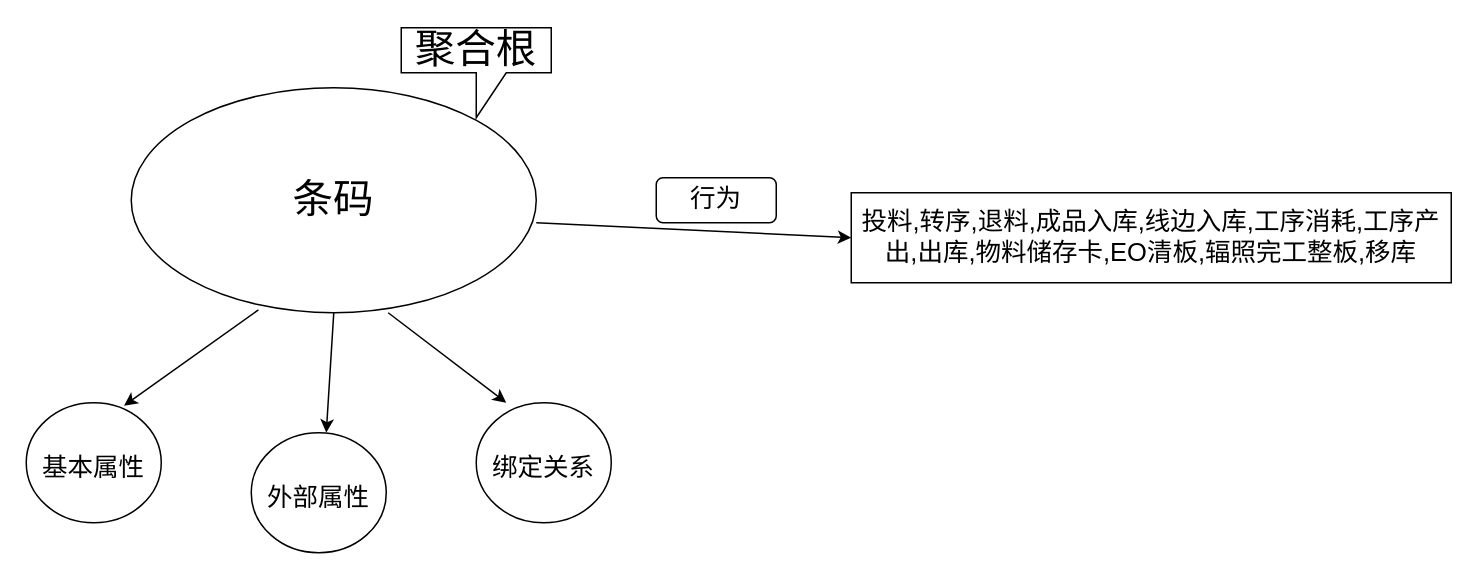
Above: 条码DDD初思路.drawio in fan-ga/flowChart (draw.io), before the change. Source tidied: cells renumbered, new cells numbered last; positions are measured from the earlier drawing's top-left corner, leaving out a move shared by most shapes. Both pictures are drawn from the tidied source at 150%, with x=0, y=0 at pixel (26, 27).
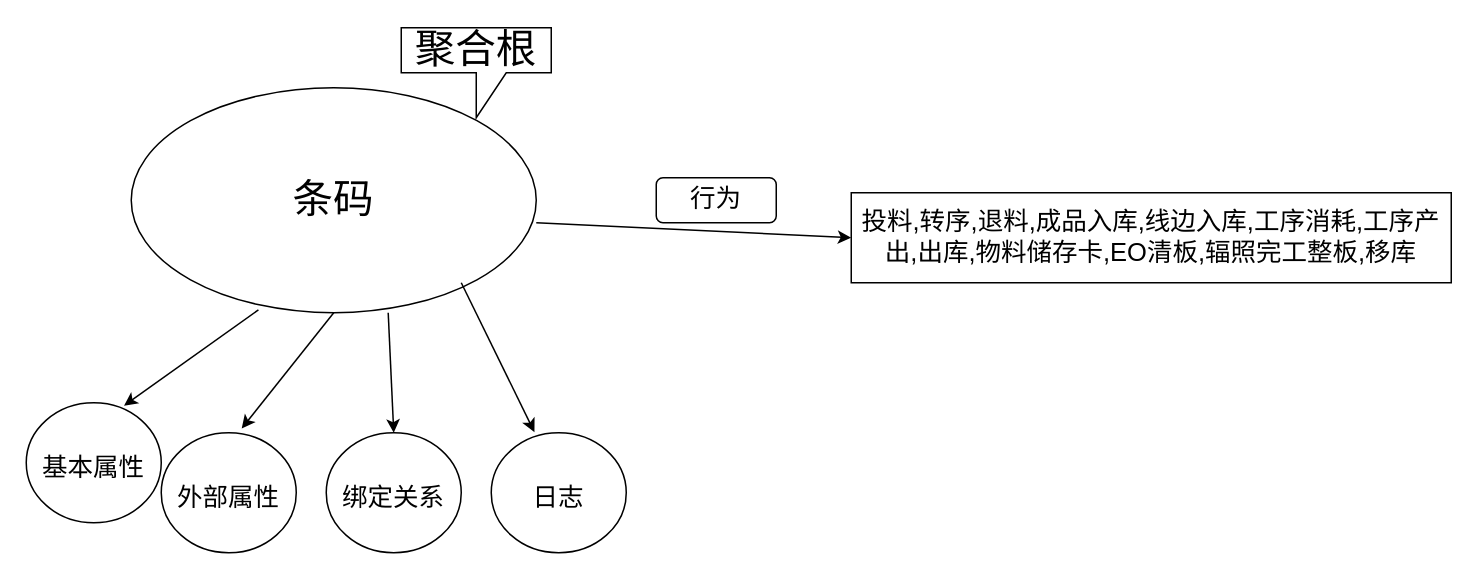
The same diagram, later.

Commit message (it also covers changes not shown here):
Update 条码DDD初思路.drawio

Change to the diagram source:
```diff
@@
 <mxGraphModel>
   <root>
     <mxCell id="0" />
     <mxCell id="1" parent="0" />
     <mxCell id="2" value="&lt;font style=&quot;font-size: 27px&quot;&gt;条码&lt;/font&gt;" style="ellipse;whiteSpace=wrap;html=1;" parent="1" vertex="1">
       <mxGeometry x="70" y="40" width="270" height="150" as="geometry" />
     </mxCell>
     <mxCell id="3" style="endArrow=classic;html=1;rounded=0;fontSize=27;exitX=0.314;exitY=0.987;exitDx=0;exitDy=0;exitPerimeter=0;entryX=0.724;entryY=0.025;entryDx=0;entryDy=0;entryPerimeter=0;" parent="1" edge="1" source="2" target="5">
       <mxGeometry relative="1" as="geometry" />
     </mxCell>
     <mxCell id="4" value="聚合根" style="shape=callout;whiteSpace=wrap;html=1;perimeter=calloutPerimeter;fontSize=27;" parent="1" vertex="1">
       <mxGeometry x="250" width="100" height="60" as="geometry" />
     </mxCell>
     <mxCell id="5" value="&lt;font style=&quot;font-size: 17px&quot;&gt;基本属性&lt;/font&gt;" style="ellipse;whiteSpace=wrap;html=1;fontSize=27;" parent="1" vertex="1">
       <mxGeometry y="250" width="90" height="80" as="geometry" />
     </mxCell>
-    <mxCell id="6" style="endArrow=classic;html=1;rounded=0;fontSize=27;exitX=0.5;exitY=1;exitDx=0;exitDy=0;" parent="1" edge="1" source="2">
-      <mxGeometry relative="1" as="geometry">
-        <mxPoint x="200" y="270" as="targetPoint" />
-      </mxGeometry>
+    <mxCell id="6" style="endArrow=classic;html=1;rounded=0;fontSize=27;exitX=0.5;exitY=1;exitDx=0;exitDy=0;entryX=0.596;entryY=-0.035;entryDx=0;entryDy=0;entryPerimeter=0;" parent="1" edge="1" source="2" target="8">
+      <mxGeometry relative="1" as="geometry" />
     </mxCell>
-    <mxCell id="7" style="endArrow=classic;html=1;rounded=0;fontSize=27;exitX=0.353;exitY=1.012;exitDx=0;exitDy=0;exitPerimeter=0;" parent="1" edge="1">
+    <mxCell id="7" style="endArrow=classic;html=1;rounded=0;fontSize=27;exitX=0.353;exitY=1.012;exitDx=0;exitDy=0;exitPerimeter=0;entryX=0.5;entryY=0;entryDx=0;entryDy=0;" parent="1" edge="1" target="9">
       <mxGeometry relative="1" as="geometry">
         <mxPoint x="241.3" y="190" as="sourcePoint" />
-        <mxPoint x="320" y="250" as="targetPoint" />
       </mxGeometry>
     </mxCell>
     <mxCell id="8" value="&lt;span style=&quot;font-size: 17px&quot;&gt;外部属性&lt;/span&gt;" style="ellipse;whiteSpace=wrap;html=1;fontSize=27;" parent="1" vertex="1">
-      <mxGeometry x="150" y="270" width="90" height="80" as="geometry" />
+      <mxGeometry x="90" y="270" width="90" height="80" as="geometry" />
     </mxCell>
     <mxCell id="9" value="&lt;font style=&quot;font-size: 17px&quot;&gt;绑定关系&lt;/font&gt;" style="ellipse;whiteSpace=wrap;html=1;fontSize=27;" parent="1" vertex="1">
-      <mxGeometry x="300" y="250" width="90" height="80" as="geometry" />
+      <mxGeometry x="200" y="270" width="90" height="80" as="geometry" />
     </mxCell>
     <mxCell id="10" style="endArrow=classic;html=1;rounded=0;fontSize=27;exitX=0.353;exitY=1.012;exitDx=0;exitDy=0;exitPerimeter=0;" parent="1" edge="1">
       <mxGeometry relative="1" as="geometry">
         <mxPoint x="340" y="130" as="sourcePoint" />
         <mxPoint x="550" y="140" as="targetPoint" />
       </mxGeometry>
     </mxCell>
     <mxCell id="11" value="行为" style="rounded=1;whiteSpace=wrap;html=1;fontSize=17;" parent="1" vertex="1">
       <mxGeometry x="420" y="100" width="80" height="30" as="geometry" />
     </mxCell>
     <mxCell id="12" value="投料,转序,退料,成品入库,线边入库,工序消耗,工序产出,出库,物料储存卡,EO清板,辐照完工整板,移库" style="rounded=0;whiteSpace=wrap;html=1;fontSize=17;" parent="1" vertex="1">
       <mxGeometry x="550" y="110" width="400" height="60" as="geometry" />
     </mxCell>
+    <mxCell id="13" value="&lt;font style=&quot;font-size: 17px&quot;&gt;日志&lt;/font&gt;" style="ellipse;whiteSpace=wrap;html=1;fontSize=27;" parent="1" vertex="1">
+      <mxGeometry x="310" y="270" width="90" height="80" as="geometry" />
+    </mxCell>
+    <mxCell id="14" style="endArrow=classic;html=1;rounded=0;fontSize=27;exitX=0.353;exitY=1.012;exitDx=0;exitDy=0;exitPerimeter=0;entryX=0.32;entryY=-0.005;entryDx=0;entryDy=0;entryPerimeter=0;" parent="1" edge="1" target="13">
+      <mxGeometry relative="1" as="geometry">
+        <mxPoint x="290" y="170" as="sourcePoint" />
+      </mxGeometry>
+    </mxCell>
   </root>
 </mxGraphModel>
```
